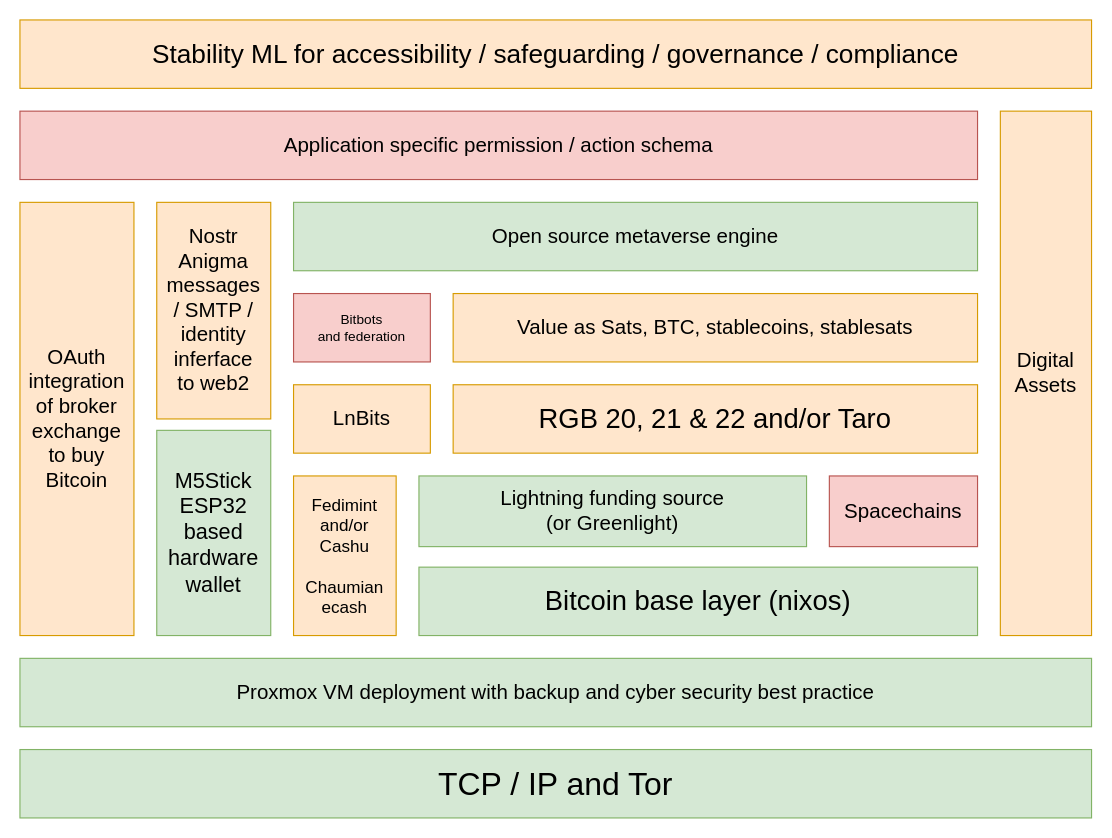
Above: Book/Images/HighLevelStack.drawio in jjohare/DigiSocConvergence (draw.io), before the change. Source tidied: cells renumbered, new cells numbered last; positions are measured from the earlier drawing's top-left corner, leaving out a move shared by most shapes. Both pictures are drawn from the tidied source at 114%, with x=0, y=0 at pixel (19, 19).
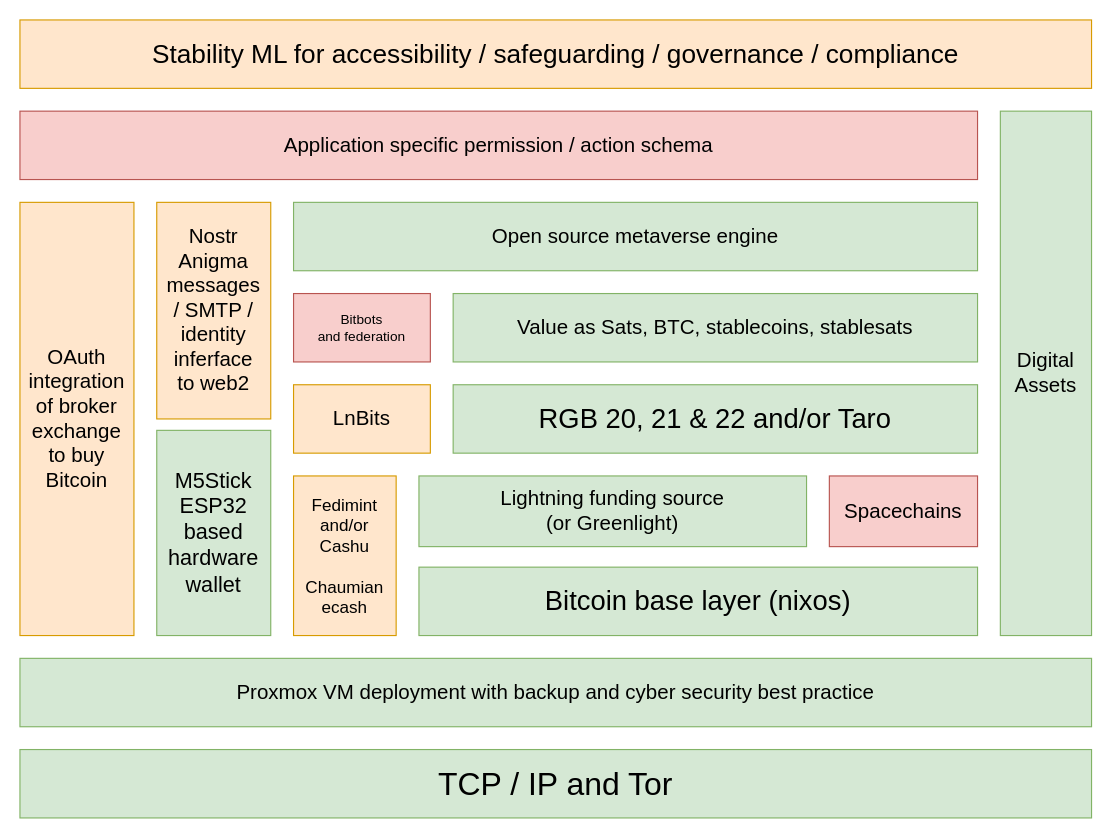
Above is the later version.

Change to the diagram source:
```diff
@@
 <mxGraphModel>
   <root>
     <mxCell id="0" />
     <mxCell id="1" parent="0" />
     <mxCell id="2" value="&lt;font style=&quot;font-size: 18px&quot;&gt;Application specific permission / action schema&lt;br&gt;&lt;/font&gt;" style="rounded=0;whiteSpace=wrap;html=1;fillColor=#f8cecc;strokeColor=#b85450;" parent="1" vertex="1">
       <mxGeometry y="80" width="840" height="60" as="geometry" />
     </mxCell>
     <mxCell id="3" value="&lt;div&gt;Nostr&lt;/div&gt;&lt;div&gt;Anigma&lt;br&gt;&lt;/div&gt;&lt;div&gt;messages&lt;/div&gt;&lt;div&gt;/ SMTP /&lt;br&gt;&lt;/div&gt;&lt;div&gt;identity &lt;br&gt;&lt;/div&gt;&lt;div&gt;inferface&lt;/div&gt;&lt;div&gt;to web2&lt;br&gt;&lt;/div&gt;" style="rounded=0;whiteSpace=wrap;html=1;fontSize=18;fillColor=#ffe6cc;strokeColor=#d79b00;" parent="1" vertex="1">
       <mxGeometry x="120" y="160" width="100" height="190" as="geometry" />
     </mxCell>
     <mxCell id="4" value="LnBits" style="rounded=0;whiteSpace=wrap;html=1;fontSize=18;fillColor=#ffe6cc;strokeColor=#d79b00;" parent="1" vertex="1">
       <mxGeometry x="240" y="320" width="120" height="60" as="geometry" />
     </mxCell>
     <mxCell id="5" value="&lt;font style=&quot;font-size: 18px&quot;&gt;Open source metaverse engine&lt;/font&gt;" style="rounded=0;whiteSpace=wrap;html=1;fillColor=#d5e8d4;strokeColor=#82b366;" parent="1" vertex="1">
       <mxGeometry x="240" y="160" width="600" height="60" as="geometry" />
     </mxCell>
-    <mxCell id="6" value="&lt;font style=&quot;font-size: 18px&quot;&gt;Value as Sats, BTC, stablecoins, stablesats&lt;br&gt;&lt;/font&gt;" style="rounded=0;whiteSpace=wrap;html=1;fillColor=#ffe6cc;strokeColor=#d79b00;" parent="1" vertex="1">
+    <mxCell id="6" value="&lt;font style=&quot;font-size: 18px&quot;&gt;Value as Sats, BTC, stablecoins, stablesats&lt;br&gt;&lt;/font&gt;" style="rounded=0;whiteSpace=wrap;html=1;fillColor=#d5e8d4;strokeColor=#82b366;" parent="1" vertex="1">
       <mxGeometry x="380" y="240" width="460" height="60" as="geometry" />
     </mxCell>
-    <mxCell id="7" value="&lt;font style=&quot;font-size: 24px;&quot;&gt;RGB 20, 21 &amp;amp; 22 and/or Taro&lt;br&gt;&lt;/font&gt;" style="rounded=0;whiteSpace=wrap;html=1;fillColor=#ffe6cc;strokeColor=#d79b00;" parent="1" vertex="1">
+    <mxCell id="7" value="&lt;font style=&quot;font-size: 24px;&quot;&gt;RGB 20, 21 &amp;amp; 22 and/or Taro&lt;br&gt;&lt;/font&gt;" style="rounded=0;whiteSpace=wrap;html=1;fillColor=#d5e8d4;strokeColor=#82b366;" parent="1" vertex="1">
       <mxGeometry x="380" y="320" width="460" height="60" as="geometry" />
     </mxCell>
     <mxCell id="8" value="&lt;div&gt;&lt;font style=&quot;font-size: 18px&quot;&gt;Lightning funding source&lt;/font&gt;&lt;/div&gt;&lt;div&gt;&lt;font style=&quot;font-size: 18px&quot;&gt;(or Greenlight)&lt;br&gt; &lt;/font&gt;&lt;/div&gt;" style="rounded=0;whiteSpace=wrap;html=1;fillColor=#d5e8d4;strokeColor=#82b366;" parent="1" vertex="1">
       <mxGeometry x="350" y="400" width="340" height="62" as="geometry" />
     </mxCell>
     <mxCell id="9" value="&lt;font style=&quot;font-size: 24px&quot;&gt;Bitcoin base layer (nixos)&lt;br&gt;&lt;/font&gt;" style="rounded=0;whiteSpace=wrap;html=1;fillColor=#d5e8d4;strokeColor=#82b366;" parent="1" vertex="1">
       <mxGeometry x="350" y="480" width="490" height="60" as="geometry" />
     </mxCell>
     <mxCell id="10" value="&lt;font style=&quot;font-size: 18px&quot;&gt;Proxmox VM deployment with backup and cyber security best practice&lt;/font&gt;" style="rounded=0;whiteSpace=wrap;html=1;fillColor=#d5e8d4;strokeColor=#82b366;" parent="1" vertex="1">
       <mxGeometry y="560" width="940" height="60" as="geometry" />
     </mxCell>
-    <mxCell id="11" value="&lt;div&gt;Digital&lt;br&gt;&lt;/div&gt;&lt;div&gt;Assets&lt;/div&gt;" style="rounded=0;whiteSpace=wrap;html=1;fontSize=18;fillColor=#ffe6cc;strokeColor=#d79b00;" parent="1" vertex="1">
+    <mxCell id="11" value="&lt;div&gt;Digital&lt;br&gt;&lt;/div&gt;&lt;div&gt;Assets&lt;/div&gt;" style="rounded=0;whiteSpace=wrap;html=1;fontSize=18;fillColor=#d5e8d4;strokeColor=#82b366;" parent="1" vertex="1">
       <mxGeometry x="860" y="80" width="80" height="460" as="geometry" />
     </mxCell>
     <mxCell id="12" value="&lt;font style=&quot;font-size: 18px;&quot;&gt;Spacechains&lt;/font&gt;" style="rounded=0;whiteSpace=wrap;html=1;fillColor=#f8cecc;strokeColor=#b85450;" parent="1" vertex="1">
       <mxGeometry x="710" y="400" width="130" height="62" as="geometry" />
     </mxCell>
     <mxCell id="13" value="&lt;font style=&quot;font-size: 23px;&quot;&gt;Stability ML for accessibility / safeguarding / governance / compliance&lt;br&gt;&lt;/font&gt;" style="rounded=0;whiteSpace=wrap;html=1;fillColor=#ffe6cc;strokeColor=#d79b00;" parent="1" vertex="1">
       <mxGeometry width="940" height="60" as="geometry" />
     </mxCell>
     <mxCell id="14" value="&lt;font style=&quot;font-size: 28px;&quot;&gt;TCP / IP and Tor&lt;br&gt;&lt;/font&gt;" style="rounded=0;whiteSpace=wrap;html=1;fillColor=#d5e8d4;strokeColor=#82b366;" parent="1" vertex="1">
       <mxGeometry y="640" width="940" height="60" as="geometry" />
     </mxCell>
     <mxCell id="15" value="&lt;div style=&quot;font-size: 15px;&quot;&gt;&lt;font style=&quot;font-size: 15px;&quot;&gt;Fedimint&lt;/font&gt;&lt;/div&gt;&lt;div style=&quot;font-size: 15px;&quot;&gt;&lt;font style=&quot;font-size: 15px;&quot;&gt;and/or&lt;/font&gt;&lt;/div&gt;&lt;div style=&quot;font-size: 15px;&quot;&gt;&lt;font style=&quot;font-size: 15px;&quot;&gt;Cashu&lt;/font&gt;&lt;/div&gt;&lt;div style=&quot;font-size: 15px;&quot;&gt;&lt;font style=&quot;font-size: 15px;&quot;&gt;&lt;br&gt;&lt;/font&gt;&lt;/div&gt;&lt;div style=&quot;font-size: 15px;&quot;&gt;&lt;font style=&quot;font-size: 15px;&quot;&gt;Chaumian&lt;/font&gt;&lt;/div&gt;&lt;div style=&quot;font-size: 15px;&quot;&gt;&lt;font style=&quot;font-size: 15px;&quot;&gt;ecash&lt;br&gt;&lt;/font&gt;&lt;/div&gt;" style="rounded=0;whiteSpace=wrap;html=1;fillColor=#ffe6cc;strokeColor=#d79b00;" parent="1" vertex="1">
       <mxGeometry x="240" y="400" width="90" height="140" as="geometry" />
     </mxCell>
     <mxCell id="16" value="&lt;div&gt;Bitbots&lt;/div&gt;&lt;div&gt;and federation&lt;br&gt;&lt;/div&gt;" style="rounded=0;whiteSpace=wrap;html=1;fillColor=#f8cecc;strokeColor=#b85450;" parent="1" vertex="1">
       <mxGeometry x="240" y="240" width="120" height="60" as="geometry" />
     </mxCell>
     <mxCell id="17" value="&lt;h3 style=&quot;font-size: 19px;&quot; class=&quot;ud-feature-title&quot;&gt;&lt;span style=&quot;font-weight: normal;&quot;&gt;M5Stick ESP32&lt;/span&gt; &lt;span style=&quot;font-weight: normal;&quot;&gt;based hardware wallet&lt;/span&gt;&lt;br&gt;&lt;/h3&gt;" style="rounded=0;whiteSpace=wrap;html=1;fontSize=18;fillColor=#d5e8d4;strokeColor=#82b366;" parent="1" vertex="1">
       <mxGeometry x="120" y="360" width="100" height="180" as="geometry" />
     </mxCell>
     <mxCell id="18" value="&lt;div&gt;OAuth integration of broker exchange&lt;/div&gt;&lt;div&gt;to buy&lt;/div&gt;&lt;div&gt;Bitcoin&lt;br&gt;&lt;/div&gt;" style="rounded=0;whiteSpace=wrap;html=1;fontSize=18;fillColor=#ffe6cc;strokeColor=#d79b00;" parent="1" vertex="1">
       <mxGeometry y="160" width="100" height="380" as="geometry" />
     </mxCell>
   </root>
 </mxGraphModel>
```
